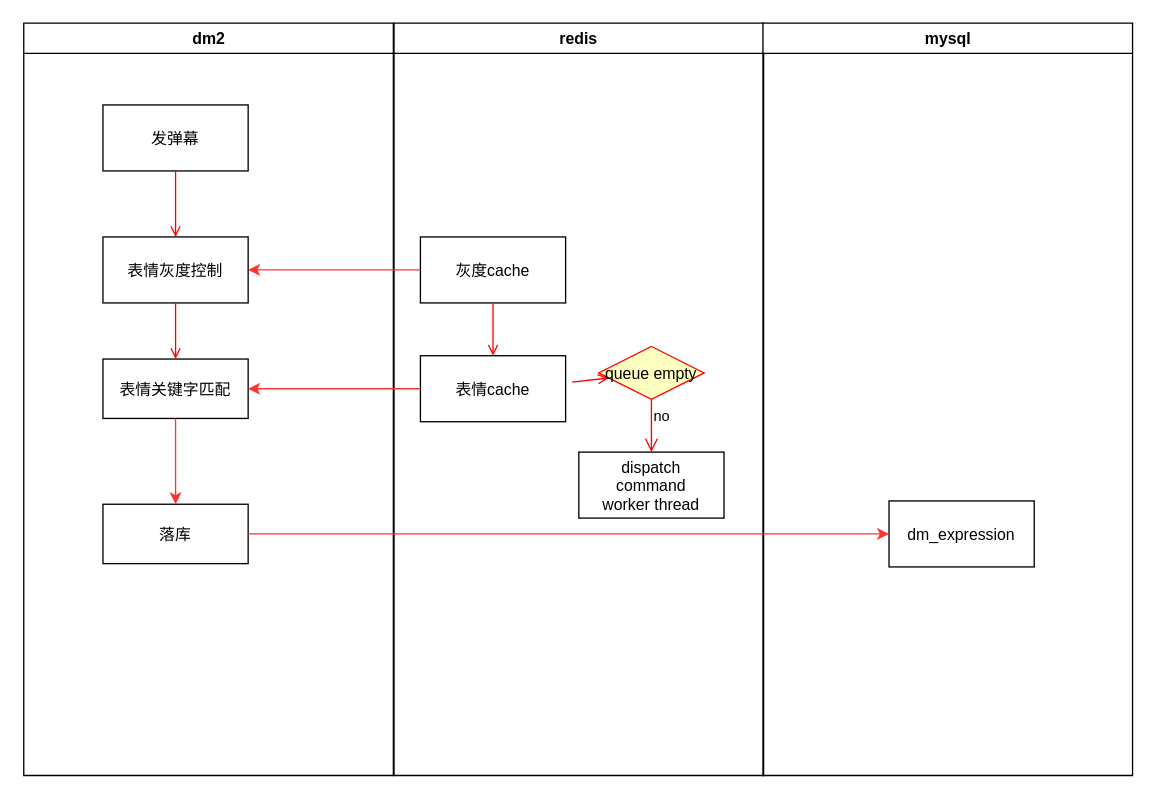
Before: 未命名绘图.drawio in rumblechen/draw, a draw.io diagram. Source tidied: cells renumbered, new cells numbered last; positions are measured from the earlier drawing's top-left corner, leaving out a move shared by most shapes. Both pictures are drawn from the tidied source at 132%, with x=0, y=0 at pixel (22, 22).
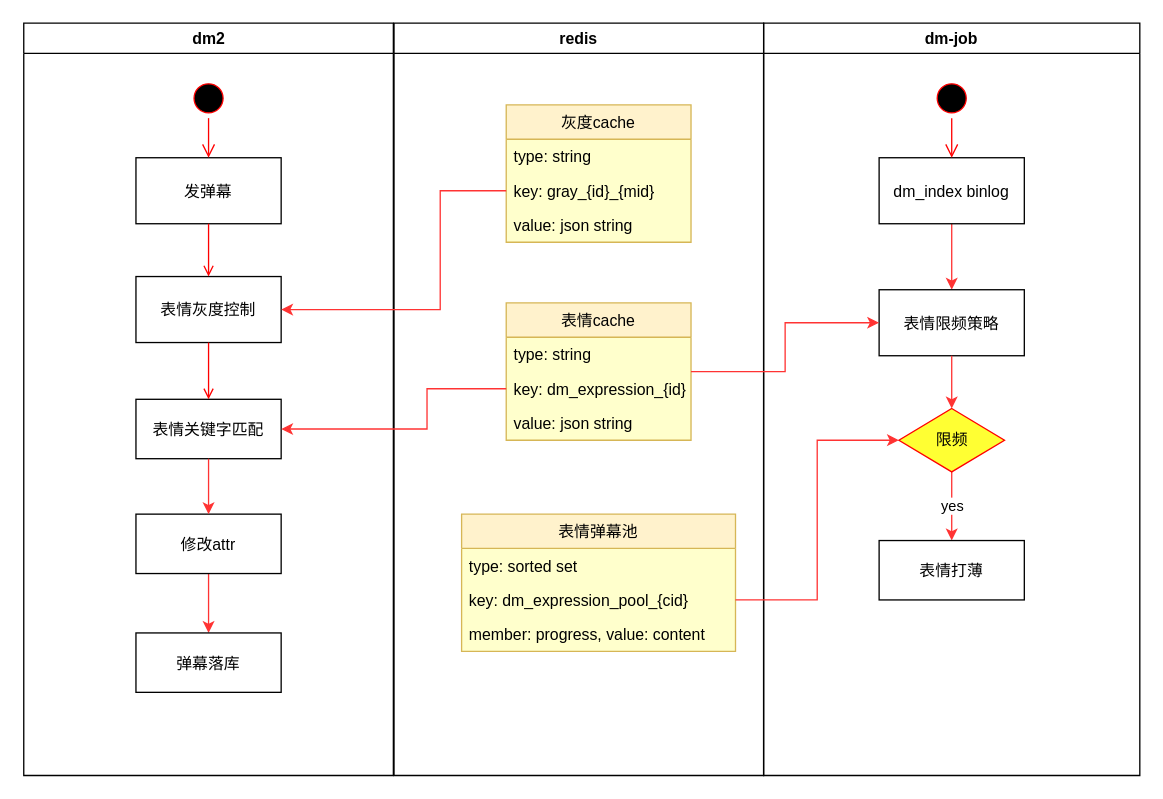
After the change.

Commit message (it also covers changes not shown here):
更新未命名绘图.drawio

Unchanged cells that the change refers to:
```xml
<mxCell id="2" value="dm2" style="swimlane;whiteSpace=wrap;" parent="1" vertex="1">
  <mxGeometry x="0.5" width="280" height="570" as="geometry" />
</mxCell>
```

Diff of the diagram source:
```diff
@@
     <mxCell id="3" value="发弹幕" parent="2" vertex="1">
-      <mxGeometry x="60" y="62" width="110" height="50" as="geometry" />
+      <mxGeometry x="85" y="102" width="110" height="50" as="geometry" />
     </mxCell>
     <mxCell id="4" value="表情灰度控制" parent="2" vertex="1">
-      <mxGeometry x="60" y="162" width="110" height="50" as="geometry" />
+      <mxGeometry x="85" y="192" width="110" height="50" as="geometry" />
     </mxCell>
@@
     <mxCell id="6" value="表情关键字匹配" parent="2" vertex="1">
-      <mxGeometry x="60" y="254.5" width="110" height="45" as="geometry" />
+      <mxGeometry x="85" y="285" width="110" height="45" as="geometry" />
     </mxCell>
@@
+    <mxCell id="23" style="edgeStyle=orthogonalEdgeStyle;rounded=0;jettySize=auto;html=1;entryX=0.5;entryY=0;entryDx=0;entryDy=0;strokeColor=#FF3333;" parent="2" edge="1" source="8" target="24">
+      <mxGeometry relative="1" as="geometry" />
+    </mxCell>
-    <mxCell id="8" value="落库" parent="2" vertex="1">
-      <mxGeometry x="60" y="364.5" width="110" height="45" as="geometry" />
+    <mxCell id="8" value="修改attr" parent="2" vertex="1">
+      <mxGeometry x="85" y="372" width="110" height="45" as="geometry" />
     </mxCell>
+    <mxCell id="24" value="弹幕落库" parent="2" vertex="1">
+      <mxGeometry x="85" y="462" width="110" height="45" as="geometry" />
+    </mxCell>
+    <mxCell id="25" style="ellipse;html=1;shape=startState;fillColor=#000000;strokeColor=#ff0000;" parent="2" vertex="1">
+      <mxGeometry x="125" y="42" width="30" height="30" as="geometry" />
+    </mxCell>
+    <mxCell id="26" style="edgeStyle=orthogonalEdgeStyle;html=1;verticalAlign=bottom;endArrow=open;endSize=8;strokeColor=#ff0000;entryX=0.5;entryY=0;entryDx=0;entryDy=0;" parent="2" edge="1" source="25" target="3">
+      <mxGeometry relative="1" as="geometry" />
+    </mxCell>
@@
-    <mxCell id="10" value="redis" style="swimlane;whiteSpace=wrap;" parent="1" vertex="1">
-      <mxGeometry x="281" width="280" height="570" as="geometry" />
+    <mxCell id="10" value="dm-job" style="swimlane;whiteSpace=wrap;" parent="1" vertex="1">
+      <mxGeometry x="561" width="285" height="570" as="geometry" />
     </mxCell>
+    <mxCell id="27" style="edgeStyle=orthogonalEdgeStyle;rounded=0;jettySize=auto;html=1;strokeColor=#FF3333;" parent="10" edge="1" source="28" target="29">
+      <mxGeometry relative="1" as="geometry" />
+    </mxCell>
+    <mxCell id="28" value="dm_index binlog" parent="10" vertex="1">
+      <mxGeometry x="87.5" y="102" width="110" height="50" as="geometry" />
+    </mxCell>
+    <mxCell id="29" value="表情限频策略" parent="10" vertex="1">
+      <mxGeometry x="87.5" y="202" width="110" height="50" as="geometry" />
+    </mxCell>
+    <mxCell id="30" value="yes" style="edgeStyle=orthogonalEdgeStyle;rounded=0;jettySize=auto;html=1;entryX=0.5;entryY=0;entryDx=0;entryDy=0;strokeColor=#FF3333;" parent="10" edge="1" source="31" target="32">
+      <mxGeometry relative="1" as="geometry" />
+    </mxCell>
+    <mxCell id="31" value="限频" style="rhombus;whiteSpace=wrap;html=1;fillColor=#FFFF33;strokeColor=#FF0000;" parent="10" vertex="1">
+      <mxGeometry x="102.5" y="292" width="80" height="48" as="geometry" />
+    </mxCell>
+    <mxCell id="32" value="表情打薄" parent="10" vertex="1">
+      <mxGeometry x="87.5" y="392" width="110" height="45" as="geometry" />
+    </mxCell>
+    <mxCell id="33" style="edgeStyle=orthogonalEdgeStyle;rounded=0;jettySize=auto;html=1;exitX=0.5;exitY=1;exitDx=0;exitDy=0;strokeColor=#FF3333;entryX=0.5;entryY=0;entryDx=0;entryDy=0;" parent="10" edge="1" source="29" target="31">
+      <mxGeometry relative="1" as="geometry" />
+    </mxCell>
+    <mxCell id="34" style="ellipse;html=1;shape=startState;fillColor=#000000;strokeColor=#ff0000;" parent="10" vertex="1">
+      <mxGeometry x="127.5" y="42" width="30" height="30" as="geometry" />
+    </mxCell>
+    <mxCell id="35" style="edgeStyle=orthogonalEdgeStyle;html=1;verticalAlign=bottom;endArrow=open;endSize=8;strokeColor=#ff0000;entryX=0.5;entryY=0;entryDx=0;entryDy=0;" parent="10" edge="1" source="34" target="28">
+      <mxGeometry relative="1" as="geometry" />
+    </mxCell>
+    <mxCell id="18" value="redis" style="swimlane;whiteSpace=wrap;" parent="1" vertex="1">
+      <mxGeometry x="281" width="280" height="570" as="geometry" />
+    </mxCell>
+    <mxCell id="12" value="表情cache" style="swimlane;fontStyle=0;horizontal=1;startSize=26;fillColor=#fff2cc;strokeColor=#d6b656;rounded=0;shadow=0;swimlaneFillColor=#FFFFCC;glass=0;sketch=0;" parent="18" vertex="1">
+      <mxGeometry x="85" y="212" width="140" height="104" as="geometry" />
+    </mxCell>
+    <mxCell id="36" value="type: string" style="text;strokeColor=none;fillColor=none;align=left;verticalAlign=top;spacingLeft=4;spacingRight=4;overflow=hidden;" parent="12" vertex="1">
+      <mxGeometry y="26" width="140" height="26" as="geometry" />
+    </mxCell>
+    <mxCell id="37" value="key: dm_expression_{id}" style="text;strokeColor=none;fillColor=none;align=left;verticalAlign=top;spacingLeft=4;spacingRight=4;overflow=hidden;points=[[0,0.5],[1,0.5]];portConstraint=eastwest;" parent="12" vertex="1">
+      <mxGeometry y="52" width="140" height="26" as="geometry" />
+    </mxCell>
+    <mxCell id="38" value="value: json string" style="text;strokeColor=none;fillColor=none;align=left;verticalAlign=top;spacingLeft=4;spacingRight=4;overflow=hidden;" parent="12" vertex="1">
+      <mxGeometry y="78" width="140" height="26" as="geometry" />
+    </mxCell>
+    <mxCell id="39" value="表情弹幕池" style="swimlane;fontStyle=0;horizontal=1;startSize=26;fillColor=#fff2cc;strokeColor=#d6b656;glass=0;shadow=0;rounded=0;sketch=0;swimlaneFillColor=#FFFFCC;" parent="18" vertex="1">
+      <mxGeometry x="51.2" y="372" width="207.5" height="104" as="geometry" />
+    </mxCell>
+    <mxCell id="40" value="type: sorted set" style="text;strokeColor=none;fillColor=none;align=left;verticalAlign=top;spacingLeft=4;spacingRight=4;overflow=hidden;" parent="39" vertex="1">
+      <mxGeometry y="26" width="207.5" height="26" as="geometry" />
+    </mxCell>
+    <mxCell id="41" value="key: dm_expression_pool_{cid}" style="text;strokeColor=none;fillColor=none;align=left;verticalAlign=top;spacingLeft=4;spacingRight=4;overflow=hidden;points=[[0,0.5],[1,0.5]];portConstraint=eastwest;" parent="39" vertex="1">
+      <mxGeometry y="52" width="207.5" height="26" as="geometry" />
+    </mxCell>
+    <mxCell id="42" value="member: progress, value: content" style="text;strokeColor=none;fillColor=none;align=left;verticalAlign=top;spacingLeft=4;spacingRight=4;overflow=hidden;" parent="39" vertex="1">
+      <mxGeometry y="78" width="207.5" height="26" as="geometry" />
+    </mxCell>
-    <mxCell id="11" value="灰度cache" parent="10" vertex="1">
-      <mxGeometry x="20" y="162" width="110" height="50" as="geometry" />
+    <mxCell id="11" value="灰度cache" style="swimlane;fontStyle=0;horizontal=1;startSize=26;fillColor=#fff2cc;strokeColor=#d6b656;rounded=0;shadow=0;swimlaneFillColor=#FFFFCC;glass=0;sketch=0;" parent="18" vertex="1">
+      <mxGeometry x="85" y="62" width="140" height="104" as="geometry" />
     </mxCell>
-    <mxCell id="12" value="表情cache" parent="10" vertex="1">
-      <mxGeometry x="20" y="252" width="110" height="50" as="geometry" />
-    </mxCell>
-    <mxCell id="13" style="endArrow=open;strokeColor=#FF0000;endFill=1;rounded=0;" parent="10" edge="1" source="11" target="12">
-      <mxGeometry relative="1" as="geometry" />
-    </mxCell>
-    <mxCell id="14" value="no" style="edgeStyle=elbowEdgeStyle;elbow=horizontal;align=left;verticalAlign=top;endArrow=open;endSize=8;strokeColor=#FF0000;endFill=1;rounded=0;" parent="10" edge="1" source="17" target="16">
-      <mxGeometry x="-1" relative="1" as="geometry" />
-    </mxCell>
-    <mxCell id="15" style="endArrow=open;strokeColor=#FF0000;endFill=1;rounded=0;" parent="10" edge="1" target="17">
-      <mxGeometry relative="1" as="geometry">
-        <mxPoint x="135" y="272" as="sourcePoint" />
-      </mxGeometry>
-    </mxCell>
-    <mxCell id="16" value="dispatch&#10;command&#10;worker thread" parent="10" vertex="1">
-      <mxGeometry x="140" y="325" width="110" height="50" as="geometry" />
-    </mxCell>
-    <mxCell id="17" value="queue empty" style="rhombus;fillColor=#ffffc0;strokeColor=#ff0000;" parent="10" vertex="1">
-      <mxGeometry x="155" y="245" width="80" height="40" as="geometry" />
-    </mxCell>
-    <mxCell id="18" value="mysql" style="swimlane;whiteSpace=wrap;" parent="1" vertex="1">
-      <mxGeometry x="560.5" width="280" height="570" as="geometry" />
-    </mxCell>
-    <mxCell id="19" value="dm_expression" parent="18" vertex="1">
-      <mxGeometry x="95.5" y="362" width="110" height="50" as="geometry" />
-    </mxCell>
-    <mxCell id="20" style="edgeStyle=orthogonalEdgeStyle;rounded=0;jettySize=auto;html=1;entryX=1;entryY=0.5;entryDx=0;entryDy=0;strokeColor=#FF3333;" parent="1" edge="1" source="12" target="6">
-      <mxGeometry relative="1" as="geometry" />
-    </mxCell>
-    <mxCell id="21" style="edgeStyle=orthogonalEdgeStyle;rounded=0;jettySize=auto;html=1;strokeColor=#FF3333;" parent="1" edge="1" source="11" target="4">
-      <mxGeometry relative="1" as="geometry" />
-    </mxCell>
-    <mxCell id="22" style="edgeStyle=orthogonalEdgeStyle;rounded=0;jettySize=auto;html=1;entryX=0;entryY=0.5;entryDx=0;entryDy=0;strokeColor=#FF3333;" parent="1" edge="1" source="8" target="19">
-      <mxGeometry relative="1" as="geometry" />
-    </mxCell>
+    <mxCell id="43" value="type: string" style="text;strokeColor=none;fillColor=none;align=left;verticalAlign=top;spacingLeft=4;spacingRight=4;overflow=hidden;" parent="11" vertex="1">
+      <mxGeometry y="26" width="140" height="26" as="geometry" />
+    </mxCell>
+    <mxCell id="44" value="key: gray_{id}_{mid}" style="text;strokeColor=none;fillColor=none;align=left;verticalAlign=top;spacingLeft=4;spacingRight=4;overflow=hidden;points=[[0,0.5],[1,0.5]];portConstraint=eastwest;" parent="11" vertex="1">
+      <mxGeometry y="52" width="140" height="26" as="geometry" />
+    </mxCell>
+    <mxCell id="45" value="value: json string" style="text;strokeColor=none;fillColor=none;align=left;verticalAlign=top;spacingLeft=4;spacingRight=4;overflow=hidden;" parent="11" vertex="1">
+      <mxGeometry y="78" width="140" height="26" as="geometry" />
+    </mxCell>
+    <mxCell id="46" style="edgeStyle=orthogonalEdgeStyle;rounded=0;jettySize=auto;html=1;entryX=0;entryY=0.5;entryDx=0;entryDy=0;strokeColor=#FF3333;" parent="1" edge="1" source="41" target="31">
+      <mxGeometry relative="1" as="geometry" />
+    </mxCell>
+    <mxCell id="47" style="edgeStyle=orthogonalEdgeStyle;rounded=0;jettySize=auto;html=1;entryX=0;entryY=0.5;entryDx=0;entryDy=0;strokeColor=#FF3333;" parent="1" edge="1" source="12" target="29">
+      <mxGeometry relative="1" as="geometry" />
+    </mxCell>
+    <mxCell id="48" style="edgeStyle=orthogonalEdgeStyle;rounded=0;jettySize=auto;html=1;entryX=1;entryY=0.5;entryDx=0;entryDy=0;strokeColor=#FF3333;exitX=0;exitY=0.5;exitDx=0;exitDy=0;" parent="1" edge="1" source="37" target="6">
+      <mxGeometry relative="1" as="geometry">
+        <Array as="points">
+          <mxPoint x="306" y="277" />
+          <mxPoint x="306" y="308" />
+        </Array>
+      </mxGeometry>
+    </mxCell>
+    <mxCell id="49" style="edgeStyle=orthogonalEdgeStyle;rounded=0;jettySize=auto;html=1;entryX=1;entryY=0.5;entryDx=0;entryDy=0;strokeColor=#FF3333;" parent="1" edge="1" source="44" target="4">
+      <mxGeometry relative="1" as="geometry">
+        <Array as="points">
+          <mxPoint x="316" y="127" />
+          <mxPoint x="316" y="217" />
+        </Array>
+      </mxGeometry>
+    </mxCell>
```
